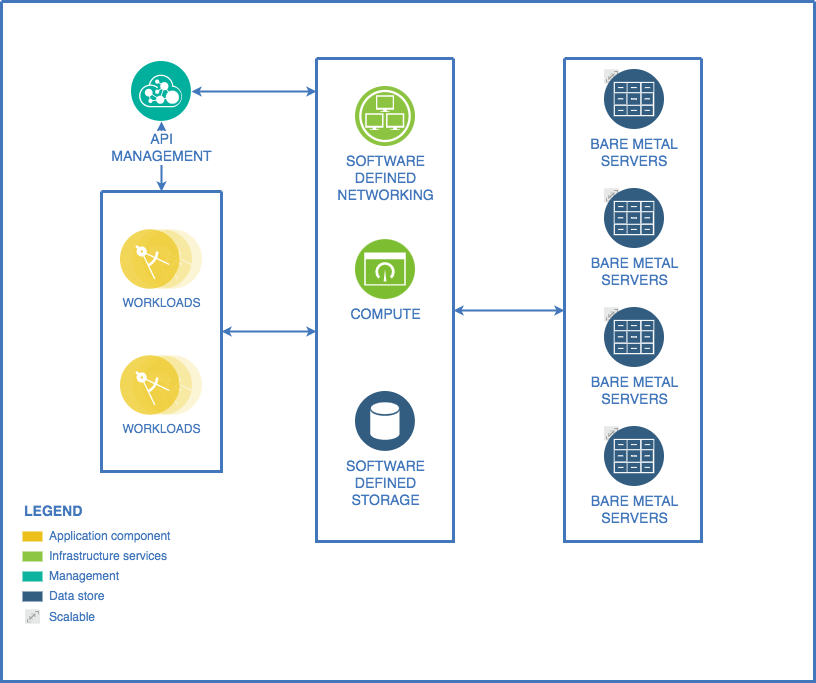
Earlier version of the draw.io export 0x11-what_happens_when_your_type_google_com_in_your_browser_and_press_enter/Untitled Diagram.drawio.png (innobrightcafe/alx-system_engineering-devops). Source tidied: cells renumbered, new cells last; positions are measured from the earlier drawing's top-left corner, leaving out a move shared by most shapes.
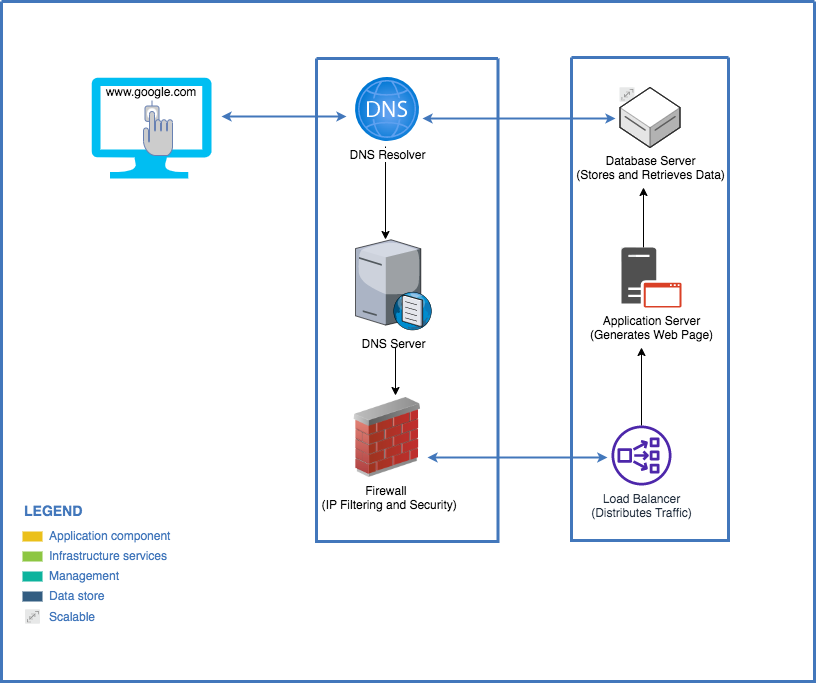
The same diagram one commit later.

Commit message:
update on the flow of the request created when you type https://www.google.com in your browser and press Enter

What changed in the source:
```diff
@@ -5,18 +5,20 @@
     <mxCell id="2" style="swimlane;shadow=0;strokeColor=#4277BB;fillColor=#ffffff;fontColor=#4277BB;align=right;startSize=0;strokeWidth=3;" parent="1" vertex="1">
       <mxGeometry width="813" height="680" as="geometry" />
     </mxCell>
-    <mxCell id="3" style="edgeStyle=elbowEdgeStyle;rounded=0;elbow=vertical;html=1;labelBackgroundColor=#ffffff;startArrow=classic;startFill=1;startSize=4;endArrow=classic;endFill=1;endSize=4;jettySize=auto;strokeColor=#4277BB;strokeWidth=2;fontSize=14;fontColor=#4277BB;" parent="2" edge="1" source="12" target="16">
-      <mxGeometry relative="1" as="geometry" />
+    <mxCell id="3" style="edgeStyle=elbowEdgeStyle;rounded=0;elbow=vertical;html=1;labelBackgroundColor=#ffffff;startArrow=classic;startFill=1;startSize=4;endArrow=classic;endFill=1;endSize=4;jettySize=auto;orthogonalLoop=1;strokeColor=#4277BB;strokeWidth=2;fontSize=14;fontColor=#4277BB;" parent="2" edge="1">
+      <mxGeometry relative="1" as="geometry">
+        <mxPoint x="220" y="115" as="sourcePoint" />
+        <mxPoint x="345" y="115" as="targetPoint" />
+        <Array as="points">
+          <mxPoint x="283" y="115" />
+        </Array>
+      </mxGeometry>
     </mxCell>
-    <mxCell id="4" style="edgeStyle=elbowEdgeStyle;rounded=0;elbow=vertical;html=1;labelBackgroundColor=#ffffff;startArrow=classic;startFill=1;startSize=4;endArrow=classic;endFill=1;endSize=4;jettySize=auto;strokeColor=#4277BB;strokeWidth=2;fontSize=14;fontColor=#4277BB;" parent="2" edge="1" source="13" target="16">
-      <mxGeometry relative="1" as="geometry" />
-    </mxCell>
-    <mxCell id="5" style="edgeStyle=elbowEdgeStyle;rounded=0;elbow=vertical;html=1;entryX=0;entryY=0.522;entryPerimeter=0;labelBackgroundColor=#ffffff;startArrow=classic;startFill=1;startSize=4;endArrow=classic;endFill=1;endSize=4;jettySize=auto;strokeColor=#4277BB;strokeWidth=2;fontSize=14;fontColor=#4277BB;" parent="2" edge="1" source="16" target="20">
-      <mxGeometry relative="1" as="geometry" />
+    <mxCell id="5" style="edgeStyle=elbowEdgeStyle;rounded=0;elbow=vertical;html=1;entryX=-0.007;entryY=0.807;entryPerimeter=0;labelBackgroundColor=#ffffff;startArrow=classic;startFill=1;startSize=4;endArrow=classic;endFill=1;endSize=4;jettySize=auto;strokeColor=#4277BB;strokeWidth=2;fontSize=14;fontColor=#4277BB;entryDx=0;entryDy=0;exitX=1;exitY=0.75;exitDx=0;exitDy=0;" parent="2" edge="1" source="37">
+      <mxGeometry relative="1" as="geometry">
+        <mxPoint x="605.9" y="455.8" as="targetPoint" />
+      </mxGeometry>
     </mxCell>
-    <mxCell id="6" style="edgeStyle=elbowEdgeStyle;rounded=0;elbow=vertical;html=1;labelBackgroundColor=#ffffff;startArrow=classic;startFill=1;startSize=4;endArrow=classic;endFill=1;endSize=4;jettySize=auto;strokeColor=#4277BB;strokeWidth=2;fontSize=14;fontColor=#4277BB;" parent="2" edge="1" source="12" target="13">
-      <mxGeometry relative="1" as="geometry" />
-    </mxCell>
     <mxCell id="7" value="Application component" style="rounded=0;html=1;shadow=0;labelBackgroundColor=none;strokeColor=none;strokeWidth=2;fillColor=#EBC01A;gradientColor=none;fontSize=12;fontColor=#4277BB;align=left;labelPosition=right;verticalLabelPosition=middle;verticalAlign=middle;spacingLeft=5;" parent="2" vertex="1">
       <mxGeometry x="21" y="530" width="20" height="10" as="geometry" />
     </mxCell>
@@ -32,71 +34,87 @@
     <mxCell id="11" value="LEGEND" style="text;html=1;align=left;verticalAlign=middle;fontColor=#4277BB;shadow=0;dashed=0;strokeColor=none;fillColor=none;labelBackgroundColor=none;fontStyle=1;fontSize=14;spacingLeft=0;" parent="2" vertex="1">
       <mxGeometry x="21" y="500" width="150" height="20" as="geometry" />
     </mxCell>
-    <mxCell id="12" value="API&lt;div&gt;MANAGEMENT&lt;/div&gt;" style="perimeter=ellipsePerimeter;html=1;align=center;shadow=0;dashed=0;image;image=img/lib/ibm/management/api_management.svg;rounded=1;labelBackgroundColor=#ffffff;strokeColor=#666666;strokeWidth=3;fillColor=#C2952D;gradientColor=none;fontSize=14;fontColor=#4277BB;spacingTop=3;" parent="2" vertex="1">
-      <mxGeometry x="130" y="60" width="60" height="60" as="geometry" />
-    </mxCell>
-    <mxCell id="13" style="swimlane;shadow=0;strokeColor=#4277BB;fillColor=#ffffff;fontColor=#4277BB;align=right;startSize=0;strokeWidth=3;" parent="2" vertex="1">
-      <mxGeometry x="100" y="190" width="120" height="280" as="geometry" />
-    </mxCell>
-    <mxCell id="14" value="WORKLOADS" style="perimeter=ellipsePerimeter;html=1;align=center;shadow=0;dashed=0;image;image=img/lib/ibm/applications/microservice.svg;labelBackgroundColor=#ffffff;strokeColor=#666666;strokeWidth=3;fillColor=#C2952D;gradientColor=none;fontSize=12;fontColor=#4277BB;" parent="13" vertex="1">
-      <mxGeometry x="19" y="38" width="82" height="60" as="geometry" />
-    </mxCell>
-    <mxCell id="15" value="WORKLOADS" style="perimeter=ellipsePerimeter;html=1;align=center;shadow=0;dashed=0;image;image=img/lib/ibm/applications/microservice.svg;labelBackgroundColor=#ffffff;strokeColor=#666666;strokeWidth=3;fillColor=#C2952D;gradientColor=none;fontSize=12;fontColor=#4277BB;" parent="13" vertex="1">
-      <mxGeometry x="19" y="164" width="82" height="60" as="geometry" />
-    </mxCell>
     <mxCell id="16" style="swimlane;shadow=0;strokeColor=#4277BB;fillColor=#ffffff;fontColor=#4277BB;align=right;startSize=0;strokeWidth=3;" parent="2" vertex="1">
-      <mxGeometry x="315" y="57" width="137" height="483" as="geometry" />
+      <mxGeometry x="315" y="57" width="181.5" height="483" as="geometry" />
     </mxCell>
-    <mxCell id="17" value="SOFTWARE&lt;div&gt;DEFINED&lt;/div&gt;&lt;div&gt;NETWORKING&lt;/div&gt;" style="perimeter=ellipsePerimeter;html=1;align=center;shadow=0;dashed=0;image;image=img/lib/ibm/infrastructure/infrastructure_services.svg;rounded=1;labelBackgroundColor=#ffffff;strokeColor=#666666;strokeWidth=3;fillColor=#C2952D;gradientColor=none;fontSize=14;fontColor=#4277BB;" parent="16" vertex="1">
-      <mxGeometry x="39" y="28" width="60" height="60" as="geometry" />
-    </mxCell>
-    <mxCell id="18" value="COMPUTE" style="perimeter=ellipsePerimeter;html=1;align=center;shadow=0;dashed=0;image;image=img/lib/ibm/infrastructure/dashboard.svg;rounded=1;labelBackgroundColor=#ffffff;strokeColor=#666666;strokeWidth=3;fillColor=#C2952D;gradientColor=none;fontSize=14;fontColor=#4277BB;" parent="16" vertex="1">
-      <mxGeometry x="39" y="181" width="60" height="60" as="geometry" />
-    </mxCell>
-    <mxCell id="19" value="SOFTWARE&lt;div&gt;DEFINED&lt;/div&gt;&lt;div&gt;STORAGE&lt;/div&gt;" style="perimeter=ellipsePerimeter;html=1;align=center;shadow=0;dashed=0;image;image=img/lib/ibm/data/data_services.svg;rounded=1;labelBackgroundColor=#ffffff;strokeColor=#666666;strokeWidth=3;fillColor=#C2952D;gradientColor=none;fontSize=14;fontColor=#4277BB;" parent="16" vertex="1">
-      <mxGeometry x="39" y="333" width="60" height="60" as="geometry" />
-    </mxCell>
+    <mxCell id="34" style="edgeStyle=orthogonalEdgeStyle;rounded=0;orthogonalLoop=1;jettySize=auto;html=1;" parent="16" edge="1">
+      <mxGeometry relative="1" as="geometry">
+        <mxPoint x="69" y="88" as="sourcePoint" />
+        <mxPoint x="69" y="181" as="targetPoint" />
+      </mxGeometry>
+    </mxCell>
+    <mxCell id="35" value="DNS Resolver" style="html=1;align=center;image;fontSize=12;image=img/lib/azure2/networking/DNS_Zones.svg;" parent="16" vertex="1">
+      <mxGeometry x="39" y="19" width="64" height="64" as="geometry" />
+    </mxCell>
+    <mxCell id="36" value="DNS Server " style="verticalLabelPosition=bottom;sketch=0;html=1;verticalAlign=top;strokeColor=none;align=center;shape=mxgraph.citrix.dns_server;" parent="16" vertex="1">
+      <mxGeometry x="39" y="179" width="76.5" height="92.5" as="geometry" />
+    </mxCell>
+    <mxCell id="37" value="Firewall&amp;nbsp;&lt;br&gt;&amp;nbsp;(IP Filtering and Security)" style="image;html=1;image=img/lib/clip_art/networking/Firewall_02_128x128.png;" parent="16" vertex="1">
+      <mxGeometry x="31" y="339" width="80" height="80" as="geometry" />
+    </mxCell>
+    <mxCell id="38" style="endArrow=classic;html=1;rounded=0;entryX=0.6;entryY=-0.025;entryDx=0;entryDy=0;entryPerimeter=0;" parent="16" edge="1" target="37">
+      <mxGeometry relative="1" as="geometry">
+        <mxPoint x="79" y="289" as="sourcePoint" />
+      </mxGeometry>
+    </mxCell>
     <mxCell id="20" style="swimlane;shadow=0;strokeColor=#4277BB;fillColor=#ffffff;fontColor=#4277BB;align=right;startSize=0;strokeWidth=3;" parent="2" vertex="1">
-      <mxGeometry x="563" y="57" width="137" height="483" as="geometry" />
+      <mxGeometry x="570" y="56" width="157" height="483" as="geometry" />
     </mxCell>
-    <mxCell id="21" value="BARE METAL&#10;SERVERS" style="group;fontSize=14;fontColor=#4277BB;labelPosition=center;verticalLabelPosition=bottom;align=center;verticalAlign=top;labelBackgroundColor=#ffffff;" parent="20" vertex="1">
-      <mxGeometry x="40" y="11" width="60" height="60" as="geometry" />
-    </mxCell>
-    <mxCell id="22" style="perimeter=ellipsePerimeter;html=1;align=center;shadow=0;dashed=0;image;image=img/lib/ibm/miscellaneous/scalable.svg;rounded=1;labelBackgroundColor=none;strokeColor=#666666;strokeWidth=3;fillColor=#C2952D;gradientColor=none;fontSize=14;fontColor=#4277BB;" parent="21" vertex="1">
-      <mxGeometry width="15" height="15" as="geometry" />
-    </mxCell>
-    <mxCell id="23" style="perimeter=ellipsePerimeter;html=1;align=center;shadow=0;dashed=0;image;image=img/lib/ibm/data/file_repository.svg;rounded=1;labelBackgroundColor=none;strokeColor=#666666;strokeWidth=3;fillColor=#C2952D;gradientColor=none;fontSize=14;fontColor=#4277BB;" parent="21" vertex="1">
-      <mxGeometry width="60" height="60" as="geometry" />
-    </mxCell>
+    <mxCell id="30" style="group;fontSize=14;fontColor=#4277BB;labelBackgroundColor=#ffffff;" parent="20" vertex="1">
+      <mxGeometry x="40" y="368" width="60" height="60" as="geometry" />
+    </mxCell>
+    <mxCell id="32" value="Load Balancer &lt;br&gt;(Distributes Traffic) " style="perimeter=rectanglePerimeter;html=1;align=center;shadow=0;dashed=0;image;image=img/lib/ibm/data/file_repository.svg;rounded=1;labelBackgroundColor=none;strokeColor=none;strokeWidth=3;fillColor=#4D27AA;gradientColor=none;fontSize=12;fontColor=#232F3E;shape=mxgraph.aws4.network_load_balancer;sketch=0;fontStyle=0;" parent="30" vertex="1">
+      <mxGeometry width="60" height="60" as="geometry" />
+    </mxCell>
+    <mxCell id="39" style="edgeStyle=orthogonalEdgeStyle;rounded=0;jettySize=auto;html=1;" parent="20" edge="1" source="32">
+      <mxGeometry relative="1" as="geometry">
+        <mxPoint x="70" y="290" as="targetPoint" />
+      </mxGeometry>
+    </mxCell>
+    <mxCell id="40" style="edgeStyle=orthogonalEdgeStyle;rounded=0;orthogonalLoop=1;jettySize=auto;html=1;" parent="20" edge="1">
+      <mxGeometry relative="1" as="geometry">
+        <mxPoint x="72" y="190" as="sourcePoint" />
+        <mxPoint x="72" y="130" as="targetPoint" />
+      </mxGeometry>
+    </mxCell>
     <mxCell id="24" style="group;fontSize=14;fontColor=#4277BB;labelBackgroundColor=#ffffff;" parent="20" vertex="1">
-      <mxGeometry x="40" y="130" width="60" height="60" as="geometry" />
+      <mxGeometry x="48.5" y="30" width="60" height="60" as="geometry" />
     </mxCell>
     <mxCell id="25" style="perimeter=ellipsePerimeter;html=1;align=center;shadow=0;dashed=0;image;image=img/lib/ibm/miscellaneous/scalable.svg;rounded=1;labelBackgroundColor=none;strokeColor=#666666;strokeWidth=3;fillColor=#C2952D;gradientColor=none;fontSize=14;fontColor=#4277BB;" parent="24" vertex="1">
       <mxGeometry width="15" height="15" as="geometry" />
     </mxCell>
-    <mxCell id="26" value="BARE METAL&lt;br&gt;SERVERS" style="perimeter=ellipsePerimeter;html=1;align=center;shadow=0;dashed=0;image;image=img/lib/ibm/data/file_repository.svg;rounded=1;labelBackgroundColor=none;strokeColor=#666666;strokeWidth=3;fillColor=#C2952D;gradientColor=none;fontSize=14;fontColor=#4277BB;" parent="24" vertex="1">
+    <mxCell id="26" value="Database Server&lt;br&gt;(Stores and Retrieves Data)" style="perimeter=rectanglePerimeter;html=1;align=center;shadow=0;dashed=0;image;image=img/lib/ibm/data/file_repository.svg;rounded=1;labelBackgroundColor=none;strokeColor=#5E5E5E;strokeWidth=1;fillColor=default;gradientColor=none;fontSize=12;fontColor=default;shape=mxgraph.aws3d.dataServer;" parent="24" vertex="1">
       <mxGeometry width="60" height="60" as="geometry" />
     </mxCell>
     <mxCell id="27" style="group;fontSize=14;fontColor=#4277BB;labelBackgroundColor=#ffffff;" parent="20" vertex="1">
-      <mxGeometry x="40" y="249" width="60" height="60" as="geometry" />
+      <mxGeometry x="50" y="190" width="60" height="60" as="geometry" />
     </mxCell>
     <mxCell id="28" style="perimeter=ellipsePerimeter;html=1;align=center;shadow=0;dashed=0;image;image=img/lib/ibm/miscellaneous/scalable.svg;rounded=1;labelBackgroundColor=none;strokeColor=#666666;strokeWidth=3;fillColor=#C2952D;gradientColor=none;fontSize=14;fontColor=#4277BB;" parent="27" vertex="1">
       <mxGeometry width="15" height="15" as="geometry" />
     </mxCell>
-    <mxCell id="29" value="BARE METAL&lt;br&gt;SERVERS" style="perimeter=ellipsePerimeter;html=1;align=center;shadow=0;dashed=0;image;image=img/lib/ibm/data/file_repository.svg;rounded=1;labelBackgroundColor=none;strokeColor=#666666;strokeWidth=3;fillColor=#C2952D;gradientColor=none;fontSize=14;fontColor=#4277BB;" parent="27" vertex="1">
+    <mxCell id="29" value="Application Server&lt;br&gt;(Generates Web Page) " style="perimeter=rectanglePerimeter;html=1;align=center;shadow=0;dashed=0;image;image=img/lib/ibm/data/file_repository.svg;rounded=1;labelBackgroundColor=none;strokeColor=none;strokeWidth=3;fillColor=#505050;gradientColor=none;fontSize=12;fontColor=default;shape=mxgraph.office.servers.application_server_orange;sketch=0;" parent="27" vertex="1">
       <mxGeometry width="60" height="60" as="geometry" />
     </mxCell>
-    <mxCell id="30" style="group;fontSize=14;fontColor=#4277BB;labelBackgroundColor=#ffffff;" parent="20" vertex="1">
-      <mxGeometry x="40" y="368" width="60" height="60" as="geometry" />
-    </mxCell>
-    <mxCell id="31" style="perimeter=ellipsePerimeter;html=1;align=center;shadow=0;dashed=0;image;image=img/lib/ibm/miscellaneous/scalable.svg;rounded=1;labelBackgroundColor=none;strokeColor=#666666;strokeWidth=3;fillColor=#C2952D;gradientColor=none;fontSize=14;fontColor=#4277BB;" parent="30" vertex="1">
-      <mxGeometry width="15" height="15" as="geometry" />
-    </mxCell>
-    <mxCell id="32" value="BARE METAL&lt;br&gt;SERVERS" style="perimeter=ellipsePerimeter;html=1;align=center;shadow=0;dashed=0;image;image=img/lib/ibm/data/file_repository.svg;rounded=1;labelBackgroundColor=none;strokeColor=#666666;strokeWidth=3;fillColor=#C2952D;gradientColor=none;fontSize=14;fontColor=#4277BB;" parent="30" vertex="1">
-      <mxGeometry width="60" height="60" as="geometry" />
-    </mxCell>
     <mxCell id="33" value="Scalable" style="perimeter=ellipsePerimeter;html=1;align=left;shadow=0;image;image=img/lib/ibm/miscellaneous/scalable.svg;rounded=0;labelBackgroundColor=none;strokeColor=none;strokeWidth=2;fillColor=#335D81;gradientColor=none;fontSize=12;fontColor=#4277BB;verticalAlign=middle;spacingLeft=7;labelPosition=right;verticalLabelPosition=middle;" parent="2" vertex="1">
       <mxGeometry x="24" y="608" width="15" height="15" as="geometry" />
     </mxCell>
+    <mxCell id="41" style="verticalLabelPosition=bottom;html=1;verticalAlign=top;align=center;strokeColor=none;fillColor=#00BEF2;shape=mxgraph.azure.computer;" parent="2" vertex="1">
+      <mxGeometry x="90" y="76" width="120" height="101" as="geometry" />
+    </mxCell>
+    <mxCell id="42" style="fontColor=#0066CC;verticalAlign=top;verticalLabelPosition=bottom;labelPosition=center;align=center;html=1;fillColor=#CCCCCC;strokeColor=#6881B3;gradientColor=none;gradientDirection=north;strokeWidth=2;shape=mxgraph.networks.biometric_reader;" parent="2" vertex="1">
+      <mxGeometry x="142" y="99" width="29" height="55" as="geometry" />
+    </mxCell>
+    <mxCell id="43" value="www.google.com" style="text;html=1;strokeColor=none;fillColor=none;align=center;verticalAlign=middle;whiteSpace=wrap;rounded=0;" parent="2" vertex="1">
+      <mxGeometry x="120" y="76" width="60" height="30" as="geometry" />
+    </mxCell>
+    <mxCell id="44" style="edgeStyle=elbowEdgeStyle;rounded=0;elbow=vertical;html=1;labelBackgroundColor=#ffffff;startArrow=classic;startFill=1;startSize=4;endArrow=classic;endFill=1;endSize=4;jettySize=auto;orthogonalLoop=1;strokeColor=#4277BB;strokeWidth=2;fontSize=14;fontColor=#4277BB;exitX=0.984;exitY=0.641;exitDx=0;exitDy=0;exitPerimeter=0;entryX=-0.142;entryY=0.517;entryDx=0;entryDy=0;entryPerimeter=0;" parent="2" edge="1">
+      <mxGeometry relative="1" as="geometry">
+        <mxPoint x="421" y="117" as="sourcePoint" />
+        <mxPoint x="614" y="117" as="targetPoint" />
+        <Array as="points">
+          <mxPoint x="533.5" y="117" />
+        </Array>
+      </mxGeometry>
+    </mxCell>
   </root>
 </mxGraphModel>
```
